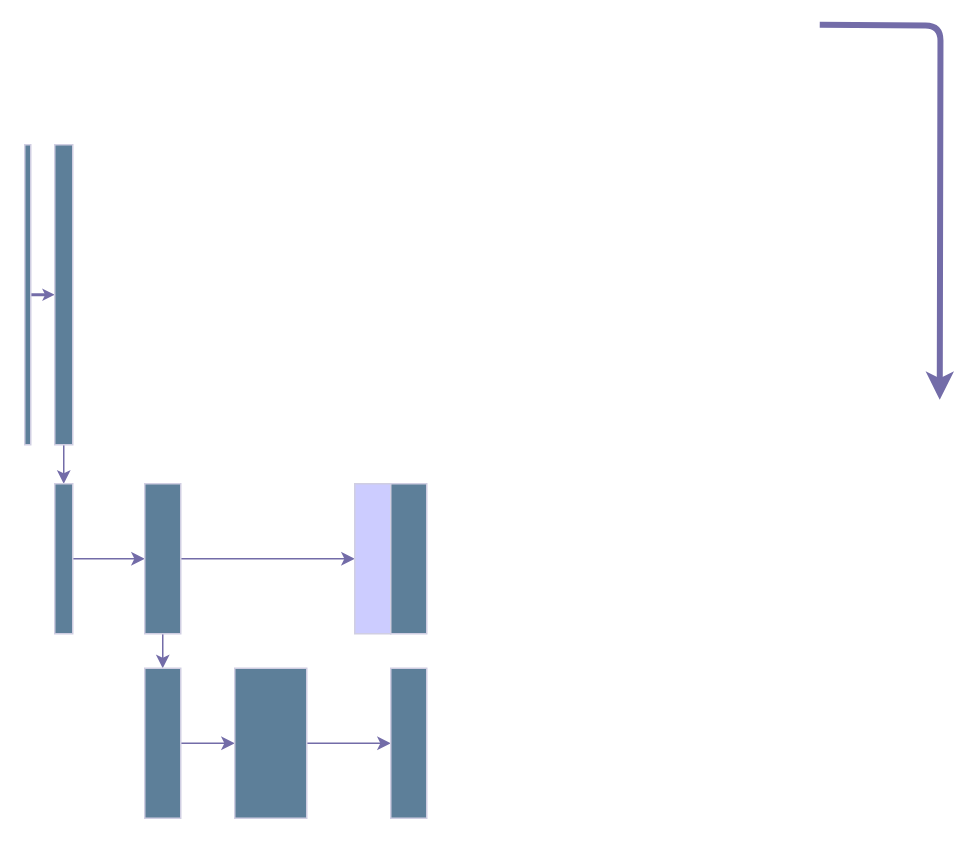
Before: CNN2.drawio in farzin23i/Segmentation, a draw.io diagram. Source tidied: cells renumbered, new cells numbered last; positions are measured from the earlier drawing's top-left corner, leaving out a move shared by most shapes. Both pictures are drawn from the tidied source at 150%, with x=0, y=0 at pixel (24, 24).
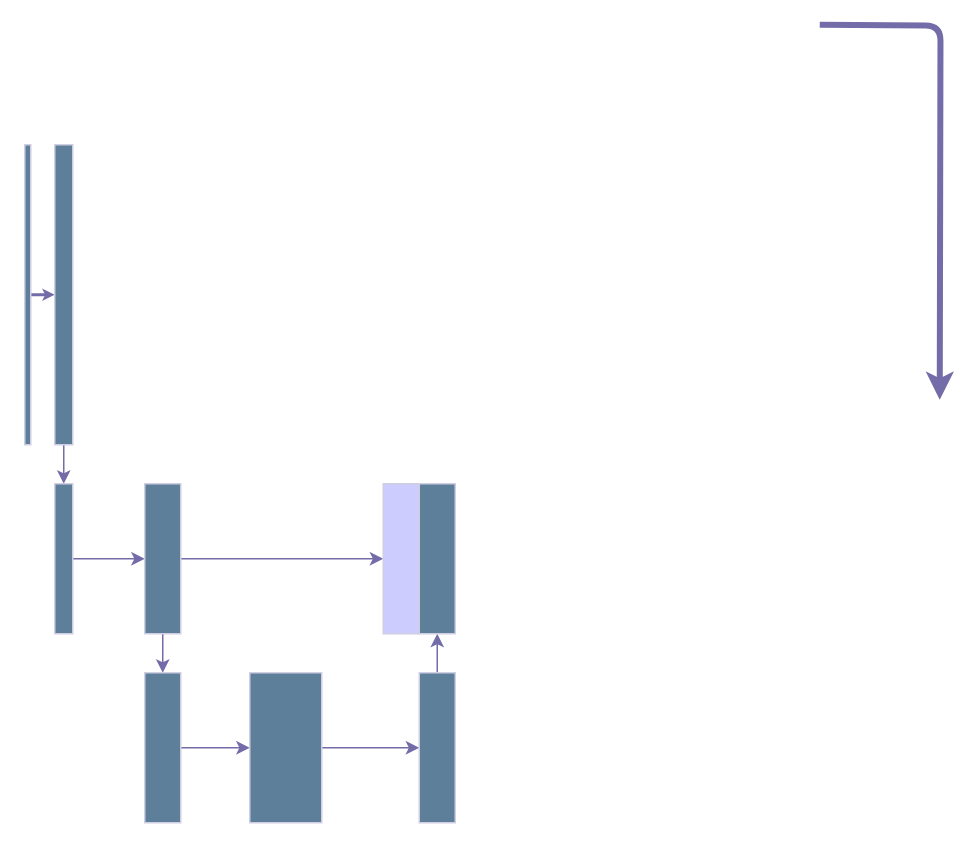
The same page after the edit.

The edit, as a diff of the source:
```diff
@@
     <mxCell id="13" style="whiteSpace=wrap;html=1;labelBackgroundColor=none;fillColor=#5D7F99;strokeColor=#D0CEE2;fontColor=#1A1A1A;" parent="1" vertex="1">
-      <mxGeometry x="80" y="429" width="24" height="100" as="geometry" />
+      <mxGeometry x="80" y="432" width="24" height="100" as="geometry" />
     </mxCell>
@@
     <mxCell id="15" style="whiteSpace=wrap;html=1;labelBackgroundColor=none;fillColor=#5D7F99;strokeColor=#D0CEE2;fontColor=#1A1A1A;" parent="1" vertex="1">
-      <mxGeometry x="140" y="429" width="48" height="100" as="geometry" />
+      <mxGeometry x="150" y="432" width="48" height="100" as="geometry" />
     </mxCell>
+    <mxCell id="19" style="edgeStyle=orthogonalEdgeStyle;rounded=0;jettySize=auto;html=1;exitX=0.5;exitY=0;exitDx=0;exitDy=0;entryX=0.5;entryY=1;entryDx=0;entryDy=0;strokeColor=#736CA8;fontColor=#1A1A1A;" parent="1" edge="1" source="16" target="18">
+      <mxGeometry relative="1" as="geometry" />
+    </mxCell>
     <mxCell id="16" style="whiteSpace=wrap;html=1;labelBackgroundColor=none;fillColor=#5D7F99;strokeColor=#D0CEE2;fontColor=#1A1A1A;" parent="1" vertex="1">
-      <mxGeometry x="244" y="429" width="24" height="100" as="geometry" />
+      <mxGeometry x="263" y="432" width="24" height="100" as="geometry" />
     </mxCell>
     <mxCell id="17" style="whiteSpace=wrap;html=1;labelBackgroundColor=none;fillColor=#CCCCFF;strokeColor=#D0CEE2;fontColor=#1A1A1A;" parent="1" vertex="1">
-      <mxGeometry x="220" y="306" width="24" height="100" as="geometry" />
+      <mxGeometry x="239" y="306" width="24" height="100" as="geometry" />
     </mxCell>
     <mxCell id="18" style="whiteSpace=wrap;html=1;labelBackgroundColor=none;fillColor=#5D7F99;strokeColor=#D0CEE2;fontColor=#1A1A1A;" parent="1" vertex="1">
-      <mxGeometry x="244" y="306" width="24" height="100" as="geometry" />
+      <mxGeometry x="263" y="306" width="24" height="100" as="geometry" />
     </mxCell>
```
